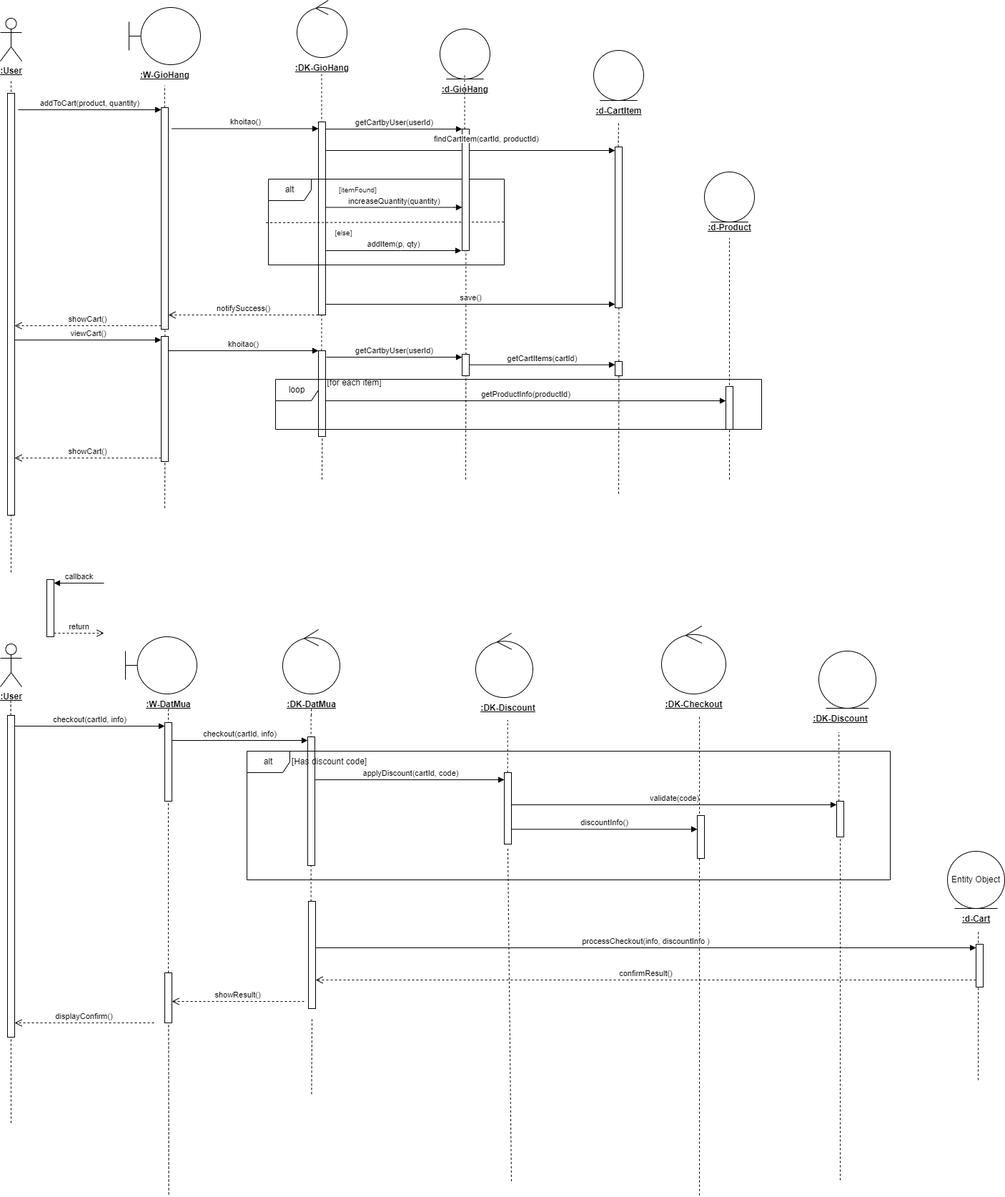
Above: Sequence Diagram/Cart_Checkout.drawio.png in NguyenThaiDung2003/IT3120Nhom11 (draw.io), before the change. Source tidied: cells renumbered, new cells last; positions are measured from the earlier drawing's top-left corner, leaving out a move shared by most shapes.
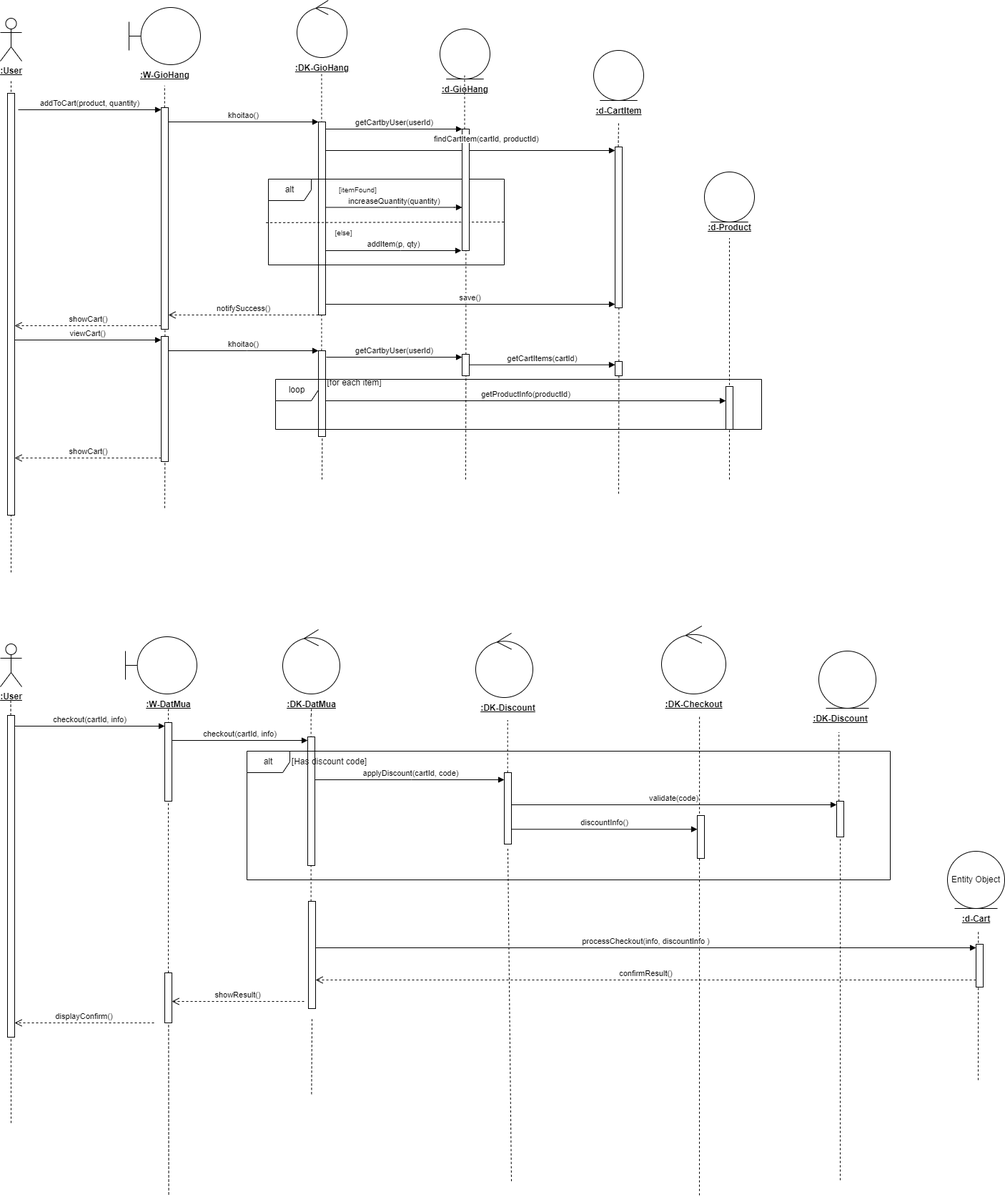
Later version of the same file.

Change to the diagram source:
```diff
@@ -107,8 +107,10 @@
     <mxCell id="29" value="&lt;font style=&quot;font-size: 10px;&quot;&gt;[itemFound]&lt;/font&gt;" style="text;html=1;align=center;verticalAlign=middle;strokeColor=none;fillColor=none;" parent="1" vertex="1">
       <mxGeometry x="460" y="250" width="80" height="30" as="geometry" />
     </mxCell>
-    <mxCell id="30" value="khoitao()" style="html=1;verticalAlign=bottom;endArrow=block;curved=0;rounded=0;exitX=1.5;exitY=0.095;exitDx=0;exitDy=0;exitPerimeter=0;" parent="1" edge="1" source="19" target="20">
-      <mxGeometry relative="1" as="geometry" />
+    <mxCell id="30" value="khoitao()" style="html=1;verticalAlign=bottom;endArrow=block;curved=0;rounded=0;" parent="1" edge="1" source="19">
+      <mxGeometry relative="1" as="geometry">
+        <mxPoint x="445" y="170" as="targetPoint" />
+      </mxGeometry>
     </mxCell>
     <mxCell id="31" value="increaseQuantity(quantity)" style="html=1;verticalAlign=bottom;endArrow=block;curved=0;rounded=0;" parent="1" edge="1" source="20" target="46">
       <mxGeometry relative="1" as="geometry">
@@ -271,19 +273,6 @@
     <mxCell id="68" value="&lt;b&gt;&lt;u&gt;:DK-DatMua&lt;/u&gt;&lt;/b&gt;" style="text;html=1;align=center;verticalAlign=middle;points=[];strokeColor=none;fillColor=none;" parent="1" vertex="1">
       <mxGeometry x="390" y="970" width="90" height="30" as="geometry" />
     </mxCell>
-    <mxCell id="69" style="html=1;points=[[0,0,0,0,5],[0,1,0,0,-5],[1,0,0,0,5],[1,1,0,0,-5]];perimeter=orthogonalPerimeter;outlineConnect=0;targetShapes=umlLifeline;portConstraint=eastwest;newEdgeStyle={&quot;curved&quot;:0,&quot;rounded&quot;:0};" parent="1" vertex="1">
-      <mxGeometry x="65" y="810" width="10" height="80" as="geometry" />
-    </mxCell>
-    <mxCell id="70" value="callback" style="html=1;verticalAlign=bottom;endArrow=block;curved=0;rounded=0;entryX=1;entryY=0;entryDx=0;entryDy=5;" parent="1" edge="1" target="69">
-      <mxGeometry relative="1" as="geometry">
-        <mxPoint x="145" y="815" as="sourcePoint" />
-      </mxGeometry>
-    </mxCell>
-    <mxCell id="71" value="return" style="html=1;verticalAlign=bottom;endArrow=open;dashed=1;endSize=8;curved=0;rounded=0;exitX=1;exitY=1;exitDx=0;exitDy=-5;" parent="1" edge="1" source="69">
-      <mxGeometry relative="1" as="geometry">
-        <mxPoint x="145" y="885" as="targetPoint" />
-      </mxGeometry>
-    </mxCell>
     <mxCell id="72" style="html=1;points=[[0,0,0,0,5],[0,1,0,0,-5],[1,0,0,0,5],[1,1,0,0,-5]];perimeter=orthogonalPerimeter;outlineConnect=0;targetShapes=umlLifeline;portConstraint=eastwest;newEdgeStyle={&quot;curved&quot;:0,&quot;rounded&quot;:0};" parent="1" vertex="1">
       <mxGeometry x="430" y="1030" width="10" height="180" as="geometry" />
     </mxCell>
```
